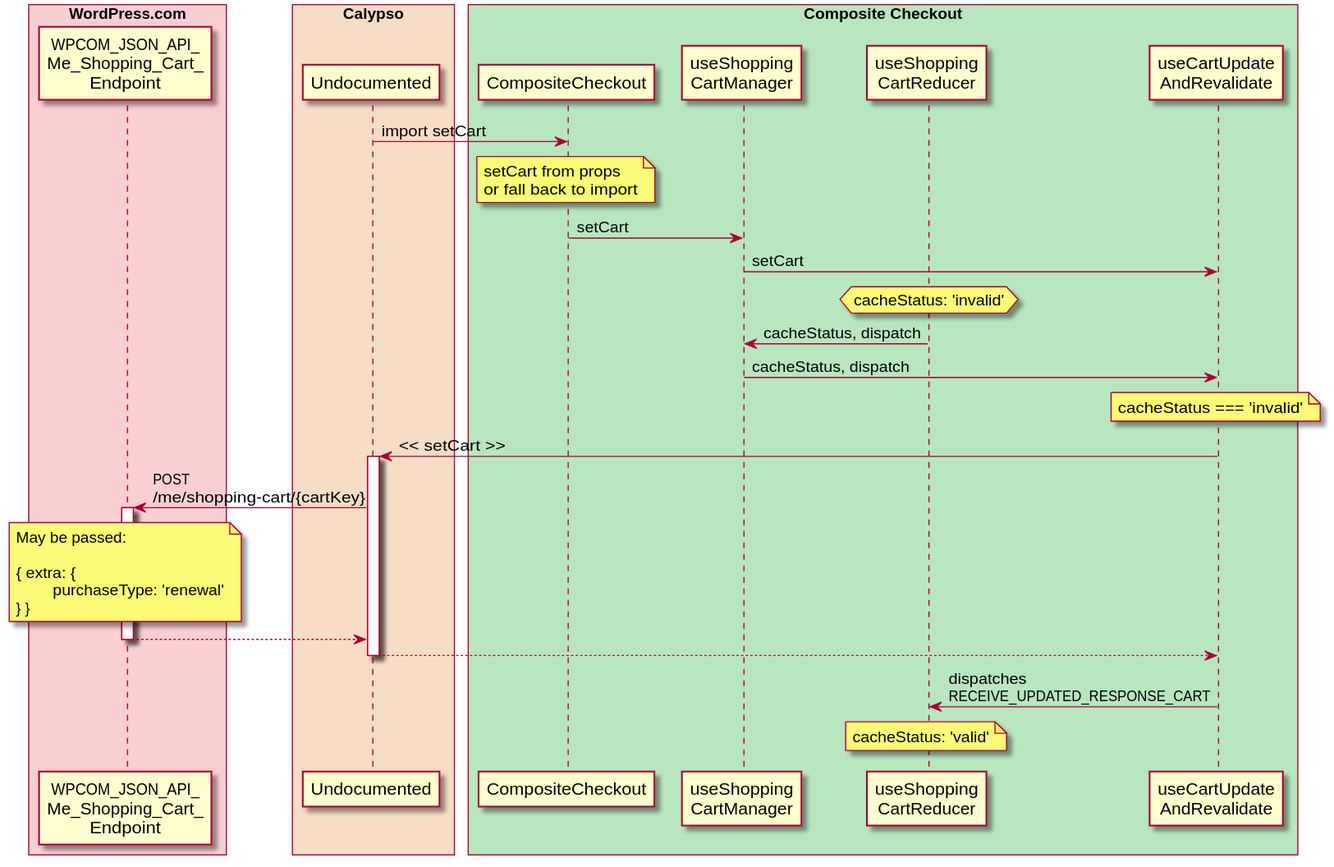
The PlantUML diagram client/my-sites/checkout/docs/set-cart.svg in younessomlk/wp-caly, before a commit. Its diagram source:
```plantuml
@startuml


skinparam ParticipantPadding 5
skinparam BoxPadding 5
box "WordPress.com" #facfd2
  participant WPCOM_JSON_API_Me_Shopping_Cart_Endpoint as "WPCOM_JSON_API_\nMe_Shopping_Cart_\nEndpoint"
end box
box "Calypso" #f7dcc6
  participant Undocumented
end box
box "Composite Checkout" #b8e6bf
  participant CompositeCheckout
  participant useShoppingCartManager as "useShopping\nCartManager"
  participant useShoppingCartReducer as "useShopping\nCartReducer"
  participant useCartUpdateAndRevalidate as "useCartUpdate\nAndRevalidate"
end box

Undocumented -> CompositeCheckout : import setCart
note over CompositeCheckout
	setCart from props
	or fall back to import
end note
CompositeCheckout -> useShoppingCartManager : setCart
useShoppingCartManager -> useCartUpdateAndRevalidate : setCart
hnote over useShoppingCartReducer
	cacheStatus: 'invalid'
end hnote
useShoppingCartReducer -> useShoppingCartManager : cacheStatus, dispatch
useShoppingCartManager -> useCartUpdateAndRevalidate : cacheStatus, dispatch
note over useCartUpdateAndRevalidate
	cacheStatus === 'invalid'
end note
useCartUpdateAndRevalidate -> Undocumented : << setCart >>
activate Undocumented
Undocumented -> WPCOM_JSON_API_Me_Shopping_Cart_Endpoint : POST\n/me/shopping-cart/{cartKey}
activate WPCOM_JSON_API_Me_Shopping_Cart_Endpoint
note over WPCOM_JSON_API_Me_Shopping_Cart_Endpoint
	May be passed:

	{ extra: {
		purchaseType: 'renewal'
	} }
end note
return
return
useCartUpdateAndRevalidate -> useShoppingCartReducer : dispatches\nRECEIVE_UPDATED_RESPONSE_CART
note over useShoppingCartReducer
	cacheStatus: 'valid'
end note

@enduml
```
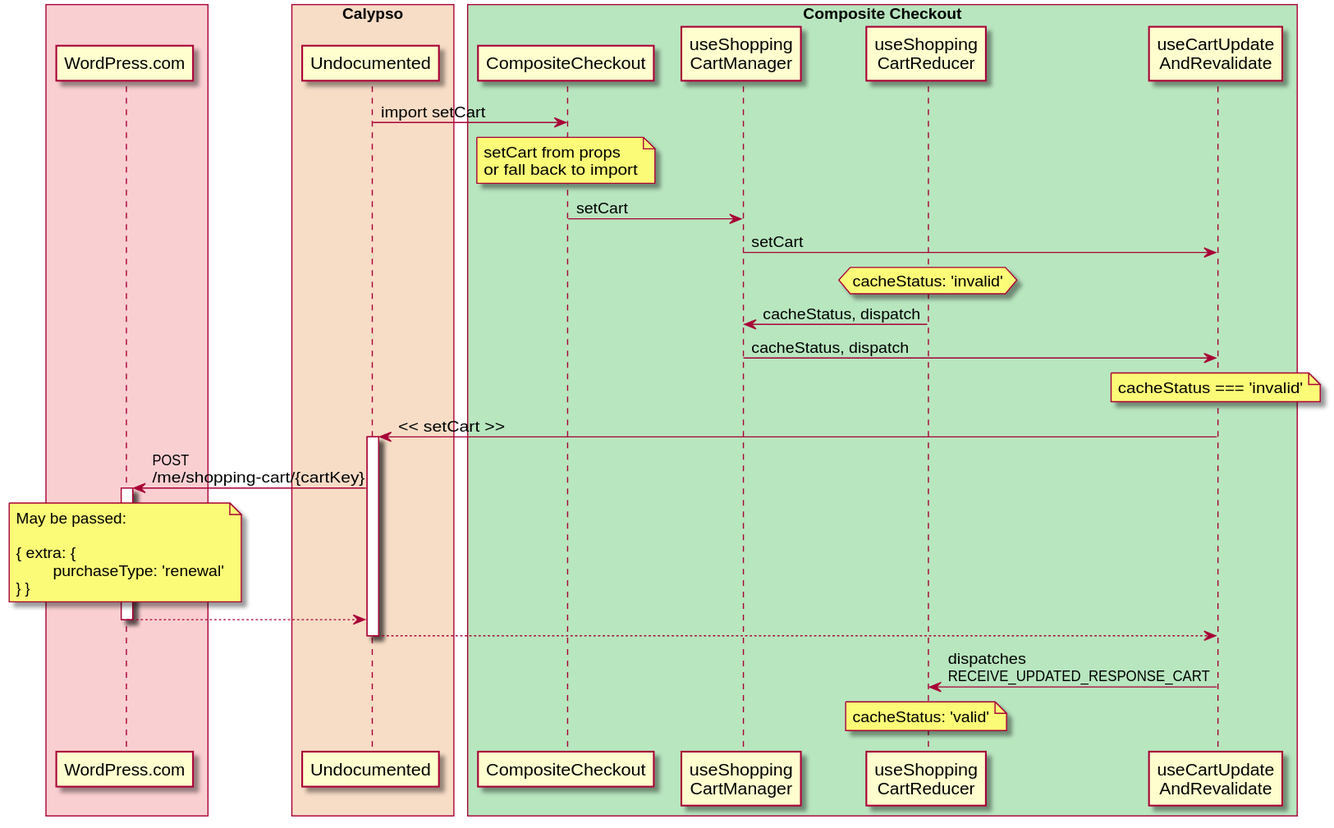
Later version of the same file.

The edit, as a diff of the source:
```diff
@@ -3,8 +3,8 @@
 
 skinparam ParticipantPadding 5
 skinparam BoxPadding 5
-box "WordPress.com" #facfd2
-  participant WPCOM_JSON_API_Me_Shopping_Cart_Endpoint as "WPCOM_JSON_API_\nMe_Shopping_Cart_\nEndpoint"
+box " " #facfd2
+  participant WordPress.com
 end box
 box "Calypso" #f7dcc6
   participant Undocumented
@@ -33,9 +33,9 @@
 end note
 useCartUpdateAndRevalidate -> Undocumented : << setCart >>
 activate Undocumented
-Undocumented -> WPCOM_JSON_API_Me_Shopping_Cart_Endpoint : POST\n/me/shopping-cart/{cartKey}
-activate WPCOM_JSON_API_Me_Shopping_Cart_Endpoint
-note over WPCOM_JSON_API_Me_Shopping_Cart_Endpoint
+Undocumented -> WordPress.com : POST\n/me/shopping-cart/{cartKey}
+activate WordPress.com
+note over WordPress.com
 	May be passed:
 
 	{ extra: {
```
